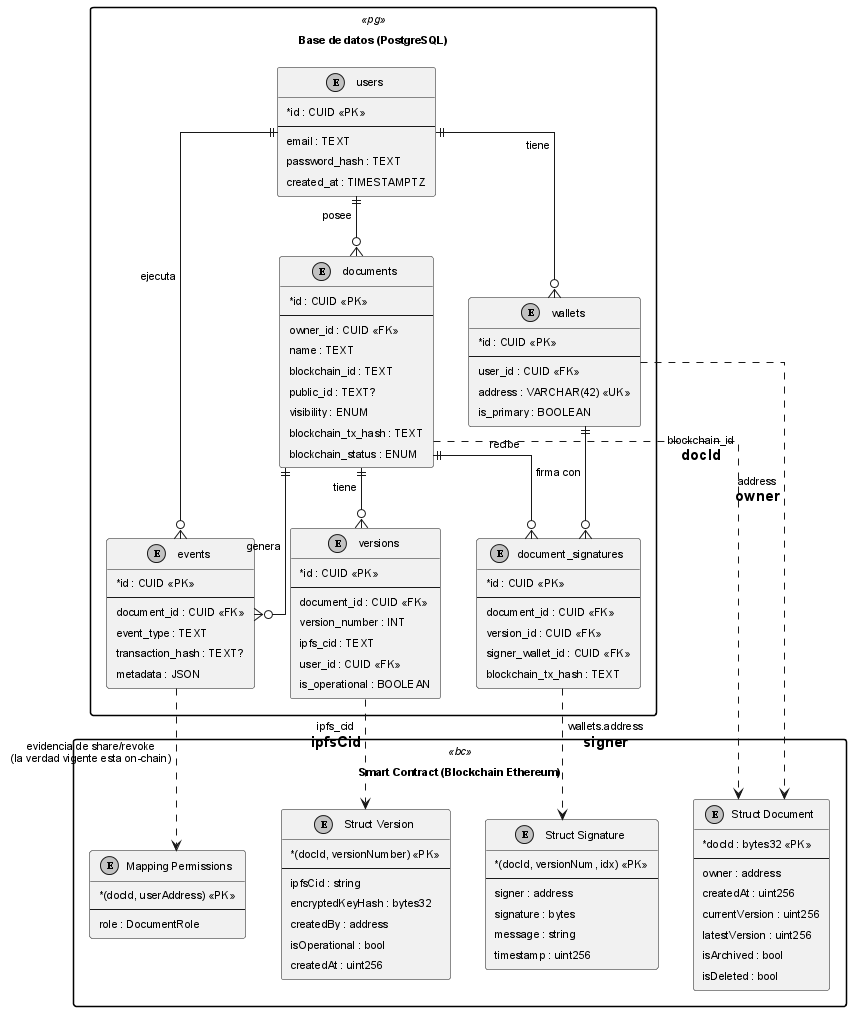
Before: anexos/diagramas/er-combined.png, a diagram exported from PlantUML (ErDeivih/DocumentChain). The source it was exported from:
```plantuml
@startuml er-combined
!include _structure-style.puml
skinparam defaultFontName Arial
skinparam defaultFontSize 11
skinparam padding 4

package "Base de datos (PostgreSQL)" <<pg>> {
  entity "users" as users {
    * id : CUID <<PK>>
    --
    email : TEXT
    password_hash : TEXT
    created_at : TIMESTAMPTZ
  }
  entity "wallets" as wallets {
    * id : CUID <<PK>>
    --
    user_id : CUID <<FK>>
    address : VARCHAR(42) <<UK>>
    is_primary : BOOLEAN
  }
  entity "documents" as docs {
    * id : CUID <<PK>>
    --
    owner_id : CUID <<FK>>
    name : TEXT
    blockchain_id : TEXT
    public_id : TEXT?
    visibility : ENUM
    blockchain_tx_hash : TEXT
    blockchain_status : ENUM
  }
  entity "versions" as versions {
    * id : CUID <<PK>>
    --
    document_id : CUID <<FK>>
    version_number : INT
    ipfs_cid : TEXT
    user_id : CUID <<FK>>
    is_operational : BOOLEAN
  }
  entity "document_signatures" as sigs {
    * id : CUID <<PK>>
    --
    document_id : CUID <<FK>>
    version_id : CUID <<FK>>
    signer_wallet_id : CUID <<FK>>
    blockchain_tx_hash : TEXT
  }
  entity "events" as events {
    * id : CUID <<PK>>
    --
    document_id : CUID <<FK>>
    event_type : TEXT
    transaction_hash : TEXT?
    metadata : JSON
  }
}

package "Smart Contract (Blockchain Ethereum)" <<bc>> {
  entity "Struct Document" as bcDoc {
    * docId : bytes32 <<PK>>
    --
    owner : address
    createdAt : uint256
    currentVersion : uint256
    latestVersion : uint256
    isArchived : bool
    isDeleted : bool
  }
  entity "Struct Version" as bcVersion {
    * (docId, versionNumber) <<PK>>
    --
    ipfsCid : string
    encryptedKeyHash : bytes32
    createdBy : address
    isOperational : bool
    createdAt : uint256
  }
  entity "Struct Signature" as bcSig {
    * (docId, versionNum, idx) <<PK>>
    --
    signer : address
    signature : bytes
    message : string
    timestamp : uint256
  }
  entity "Mapping Permissions" as bcPerm {
    * (docId, userAddress) <<PK>>
    --
    role : DocumentRole
  }
}

users ||--o{ wallets : "tiene"
users ||--o{ docs : "posee"
docs ||--o{ versions : "tiene"
docs ||--o{ sigs : "recibe"
docs ||--o{ events : "genera"
users ||--o{ events : "ejecuta"
wallets ||--o{ sigs : "firma con"

docs ..> bcDoc : "blockchain_id\n= docId"
versions ..> bcVersion : "ipfs_cid\n= ipfsCid"
sigs ..> bcSig : "wallets.address\n= signer"
events ..> bcPerm : "evidencia de share/revoke\n(la verdad vigente esta on-chain)"
wallets ..> bcDoc : "address\n= owner"

@enduml
```
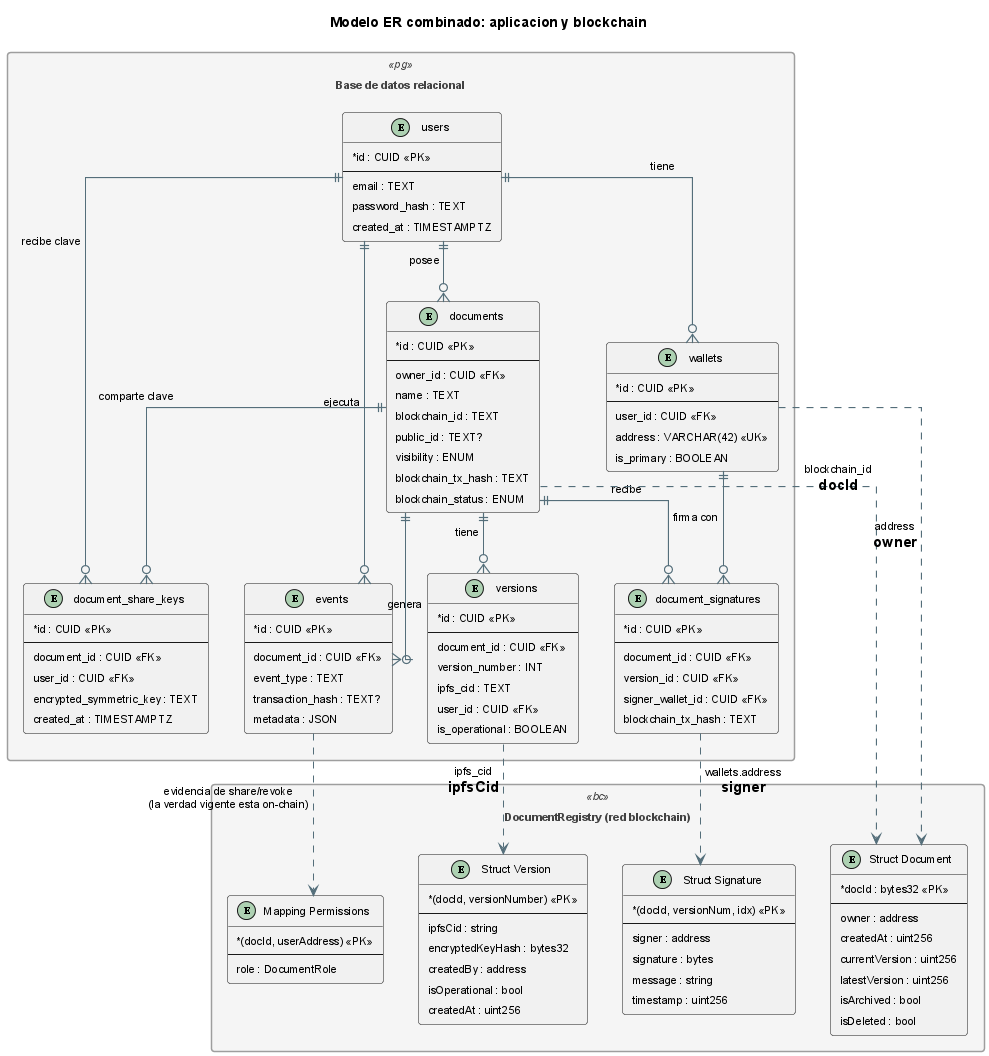
Above is the later version.

Diff of the diagram source:
```diff
@@ -3,8 +3,9 @@
 skinparam defaultFontName Arial
 skinparam defaultFontSize 11
 skinparam padding 4
+title Modelo ER combinado: aplicacion y blockchain
 
-package "Base de datos (PostgreSQL)" <<pg>> {
+package "Base de datos relacional" <<pg>> {
   entity "users" as users {
     * id : CUID <<PK>>
     --
@@ -55,9 +56,17 @@
     transaction_hash : TEXT?
     metadata : JSON
   }
+  entity "document_share_keys" as shareKeys {
+    * id : CUID <<PK>>
+    --
+    document_id : CUID <<FK>>
+    user_id : CUID <<FK>>
+    encrypted_symmetric_key : TEXT
+    created_at : TIMESTAMPTZ
+  }
 }
 
-package "Smart Contract (Blockchain Ethereum)" <<bc>> {
+package "DocumentRegistry (red blockchain)" <<bc>> {
   entity "Struct Document" as bcDoc {
     * docId : bytes32 <<PK>>
     --
@@ -99,6 +108,8 @@
 docs ||--o{ events : "genera"
 users ||--o{ events : "ejecuta"
 wallets ||--o{ sigs : "firma con"
+docs ||--o{ shareKeys : "comparte clave"
+users ||--o{ shareKeys : "recibe clave"
 
 docs ..> bcDoc : "blockchain_id\n= docId"
 versions ..> bcVersion : "ipfs_cid\n= ipfsCid"
```
